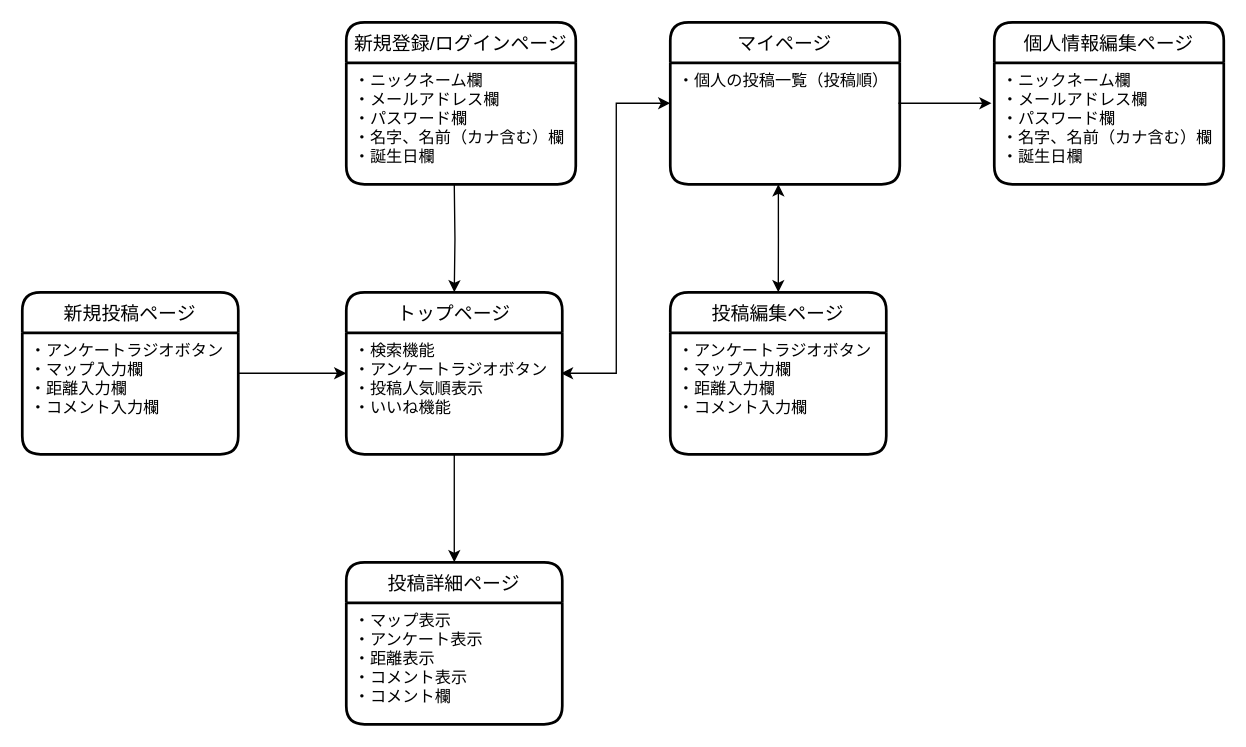
Above: ST.dio in wakame-se/run-share (draw.io), before the change. Source tidied: cells renumbered, new cells numbered last; positions are measured from the earlier drawing's top-left corner, leaving out a move shared by most shapes. Both pictures are drawn from the tidied source at 135%, with x=0, y=0 at pixel (22, 22).
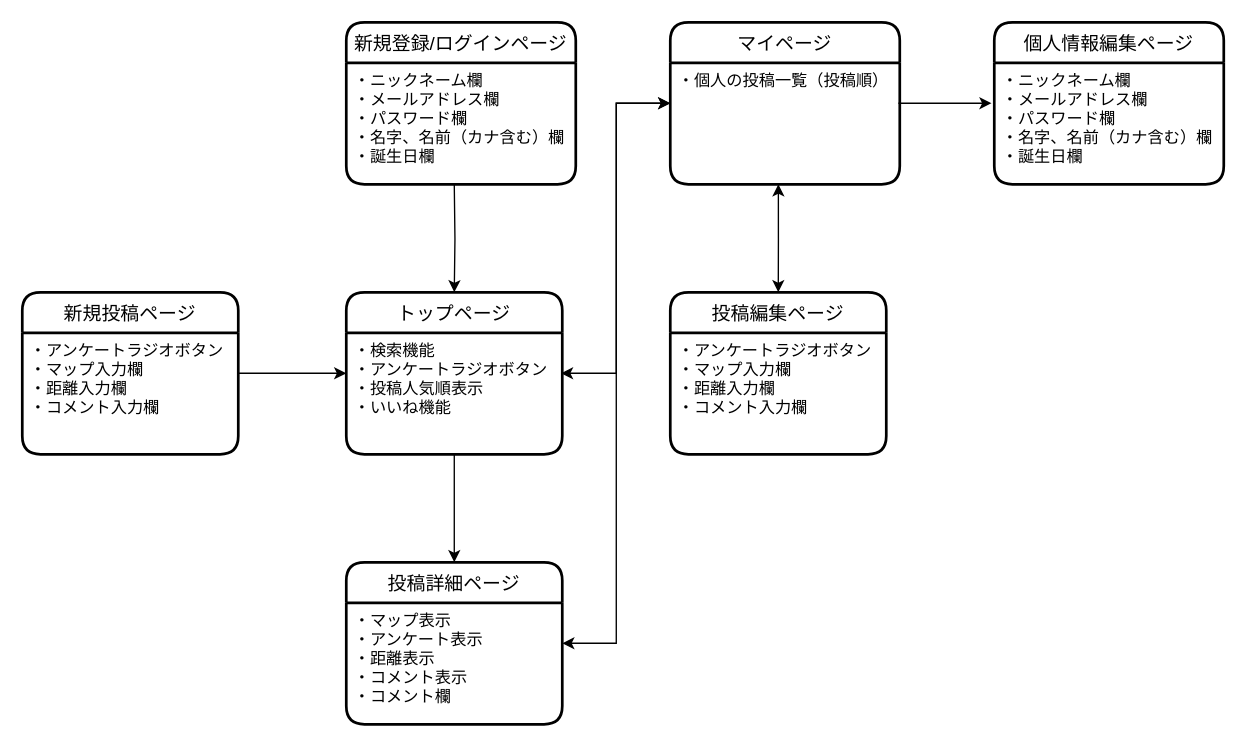
The same diagram, later.

Unchanged cells that the change refers to:
```xml
<mxCell id="7" value="マイページ" style="swimlane;horizontal=1;startSize=30;rounded=1;fontSize=14;fontStyle=0;strokeWidth=2;shadow=0;dashed=0;align=center;" parent="1" vertex="1">
  <mxGeometry x="480" width="170" height="120" as="geometry" />
</mxCell>
<mxCell id="15" value="投稿詳細ページ" style="swimlane;horizontal=1;startSize=30;rounded=1;fontSize=14;fontStyle=0;strokeWidth=2;shadow=0;dashed=0;align=center;" parent="1" vertex="1">
  <mxGeometry x="240" y="400" width="160" height="120" as="geometry" />
</mxCell>
```

The edit, as a diff of the source:
```diff
@@
+    <mxCell id="22" style="edgeStyle=orthogonalEdgeStyle;rounded=0;jettySize=auto;html=1;entryX=0;entryY=0.5;entryDx=0;entryDy=0;startArrow=classic;startFill=1;" parent="1" edge="1" source="15" target="7">
+      <mxGeometry relative="1" as="geometry" />
+    </mxCell>
```
